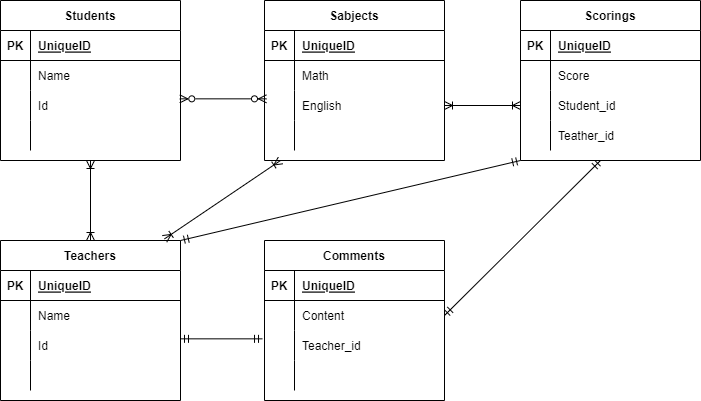
akihiroabe50/ER- keeps this draw.io diagram as DRAW.drawio.png. Above is the earlier version. Source tidied: cells renumbered, new cells last; positions are measured from the earlier drawing's top-left corner, leaving out a move shared by most shapes.
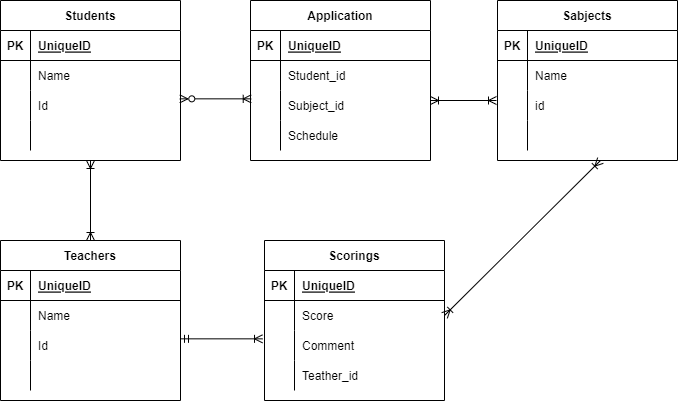
After the commit.

Diff of the diagram source:
```diff
@@ -42,7 +42,7 @@
       <mxGeometry x="30" width="150" height="30" as="geometry" />
     </mxCell>
     <mxCell id="15" value="Sabjects" style="shape=table;startSize=30;rowLines=0;fontStyle=1;align=center;" parent="1" vertex="1">
-      <mxGeometry x="264" width="180" height="160" as="geometry" />
+      <mxGeometry x="497" width="180" height="160" as="geometry" />
     </mxCell>
     <mxCell id="16" style="shape=partialRectangle;fillColor=none;top=0;left=0;bottom=1;right=0;" parent="15" vertex="1">
       <mxGeometry y="30" width="180" height="30" as="geometry" />
@@ -59,7 +59,7 @@
     <mxCell id="20" style="shape=partialRectangle;fillColor=none;top=0;left=0;bottom=0;right=0;overflow=hidden;" parent="19" vertex="1">
       <mxGeometry width="30" height="30" as="geometry" />
     </mxCell>
-    <mxCell id="21" value="Math" style="shape=partialRectangle;fillColor=none;top=0;left=0;bottom=0;right=0;align=left;spacingLeft=6;overflow=hidden;" parent="19" vertex="1">
+    <mxCell id="21" value="Name" style="shape=partialRectangle;fillColor=none;top=0;left=0;bottom=0;right=0;align=left;spacingLeft=6;overflow=hidden;" parent="19" vertex="1">
       <mxGeometry x="30" width="150" height="30" as="geometry" />
     </mxCell>
     <mxCell id="22" style="shape=partialRectangle;fillColor=none;top=0;left=0;bottom=0;right=0;points=[[0,0.5],[1,0.5]];portConstraint=eastwest;" parent="15" vertex="1">
@@ -68,7 +68,7 @@
     <mxCell id="23" style="shape=partialRectangle;fillColor=none;top=0;left=0;bottom=0;right=0;overflow=hidden;" parent="22" vertex="1">
       <mxGeometry width="30" height="30" as="geometry" />
     </mxCell>
-    <mxCell id="24" value="English" style="shape=partialRectangle;fillColor=none;top=0;left=0;bottom=0;right=0;align=left;spacingLeft=6;overflow=hidden;" parent="22" vertex="1">
+    <mxCell id="24" value="id" style="shape=partialRectangle;fillColor=none;top=0;left=0;bottom=0;right=0;align=left;spacingLeft=6;overflow=hidden;" parent="22" vertex="1">
       <mxGeometry x="30" width="150" height="30" as="geometry" />
     </mxCell>
     <mxCell id="25" style="shape=partialRectangle;fillColor=none;top=0;left=0;bottom=0;right=0;" parent="15" vertex="1">
@@ -119,47 +119,8 @@
     <mxCell id="40" style="shape=partialRectangle;fillColor=none;top=0;left=0;bottom=0;right=0;align=left;spacingLeft=6;overflow=hidden;" parent="38" vertex="1">
       <mxGeometry x="30" width="150" height="30" as="geometry" />
     </mxCell>
-    <mxCell id="41" value="Comments" style="shape=table;startSize=30;rowLines=0;fontStyle=1;align=center;" parent="1" vertex="1">
-      <mxGeometry x="264" y="240" width="180" height="160" as="geometry" />
-    </mxCell>
-    <mxCell id="42" style="shape=partialRectangle;fillColor=none;top=0;left=0;bottom=1;right=0;" parent="41" vertex="1">
-      <mxGeometry y="30" width="180" height="30" as="geometry" />
-    </mxCell>
-    <mxCell id="43" value="PK" style="shape=partialRectangle;fillColor=none;top=0;left=0;bottom=0;right=0;fontStyle=1;overflow=hidden;" parent="42" vertex="1">
-      <mxGeometry width="30" height="30" as="geometry" />
-    </mxCell>
-    <mxCell id="44" value="UniqueID" style="shape=partialRectangle;fillColor=none;top=0;left=0;bottom=0;right=0;align=left;spacingLeft=6;fontStyle=5;overflow=hidden;" parent="42" vertex="1">
-      <mxGeometry x="30" width="150" height="30" as="geometry" />
-    </mxCell>
-    <mxCell id="45" style="shape=partialRectangle;fillColor=none;top=0;left=0;bottom=0;right=0;points=[[0,0.5],[1,0.5]];portConstraint=eastwest;" parent="41" vertex="1">
-      <mxGeometry y="60" width="180" height="30" as="geometry" />
-    </mxCell>
-    <mxCell id="46" style="shape=partialRectangle;fillColor=none;top=0;left=0;bottom=0;right=0;overflow=hidden;" parent="45" vertex="1">
-      <mxGeometry width="30" height="30" as="geometry" />
-    </mxCell>
-    <mxCell id="47" value="Content" style="shape=partialRectangle;fillColor=none;top=0;left=0;bottom=0;right=0;align=left;spacingLeft=6;overflow=hidden;" parent="45" vertex="1">
-      <mxGeometry x="30" width="150" height="30" as="geometry" />
-    </mxCell>
-    <mxCell id="48" style="shape=partialRectangle;fillColor=none;top=0;left=0;bottom=0;right=0;points=[[0,0.5],[1,0.5]];portConstraint=eastwest;" parent="41" vertex="1">
-      <mxGeometry y="90" width="180" height="30" as="geometry" />
-    </mxCell>
-    <mxCell id="49" style="shape=partialRectangle;fillColor=none;top=0;left=0;bottom=0;right=0;overflow=hidden;" parent="48" vertex="1">
-      <mxGeometry width="30" height="30" as="geometry" />
-    </mxCell>
-    <mxCell id="50" value="Teacher_id" style="shape=partialRectangle;fillColor=none;top=0;left=0;bottom=0;right=0;align=left;spacingLeft=6;overflow=hidden;" parent="48" vertex="1">
-      <mxGeometry x="30" width="150" height="30" as="geometry" />
-    </mxCell>
-    <mxCell id="51" style="shape=partialRectangle;fillColor=none;top=0;left=0;bottom=0;right=0;" parent="41" vertex="1">
-      <mxGeometry y="120" width="180" height="30" as="geometry" />
-    </mxCell>
-    <mxCell id="52" style="shape=partialRectangle;fillColor=none;top=0;left=0;bottom=0;right=0;overflow=hidden;" parent="51" vertex="1">
-      <mxGeometry width="30" height="30" as="geometry" />
-    </mxCell>
-    <mxCell id="53" style="shape=partialRectangle;fillColor=none;top=0;left=0;bottom=0;right=0;align=left;spacingLeft=6;overflow=hidden;" parent="51" vertex="1">
-      <mxGeometry x="30" width="150" height="30" as="geometry" />
-    </mxCell>
     <mxCell id="54" value="Scorings" style="shape=table;startSize=30;rowLines=0;fontStyle=1;align=center;" parent="1" vertex="1">
-      <mxGeometry x="520" width="180" height="160" as="geometry" />
+      <mxGeometry x="264" y="240" width="180" height="160" as="geometry" />
     </mxCell>
     <mxCell id="55" style="shape=partialRectangle;fillColor=none;top=0;left=0;bottom=1;right=0;" parent="54" vertex="1">
       <mxGeometry y="30" width="180" height="30" as="geometry" />
@@ -185,7 +146,7 @@
     <mxCell id="62" style="shape=partialRectangle;fillColor=none;top=0;left=0;bottom=0;right=0;overflow=hidden;" parent="61" vertex="1">
       <mxGeometry width="30" height="30" as="geometry" />
     </mxCell>
-    <mxCell id="63" value="Student_id" style="shape=partialRectangle;fillColor=none;top=0;left=0;bottom=0;right=0;align=left;spacingLeft=6;overflow=hidden;" parent="61" vertex="1">
+    <mxCell id="63" value="Comment" style="shape=partialRectangle;fillColor=none;top=0;left=0;bottom=0;right=0;align=left;spacingLeft=6;overflow=hidden;" parent="61" vertex="1">
       <mxGeometry x="30" width="150" height="30" as="geometry" />
     </mxCell>
     <mxCell id="64" style="shape=partialRectangle;fillColor=none;top=0;left=0;bottom=0;right=0;" parent="54" vertex="1">
@@ -197,30 +158,67 @@
     <mxCell id="66" value="Teather_id" style="shape=partialRectangle;fillColor=none;top=0;left=0;bottom=0;right=0;align=left;spacingLeft=6;overflow=hidden;" parent="64" vertex="1">
       <mxGeometry x="30" width="150" height="30" as="geometry" />
     </mxCell>
-    <mxCell id="67" style="endArrow=ERzeroToMany;html=1;exitX=0.996;exitY=0.278;exitDx=0;exitDy=0;exitPerimeter=0;startArrow=ERzeroToMany;startFill=0;endFill=0;entryX=0.011;entryY=0.278;entryDx=0;entryDy=0;entryPerimeter=0;" parent="1" edge="1" source="9" target="22">
+    <mxCell id="67" style="endArrow=ERoneToMany;html=1;exitX=0.996;exitY=0.278;exitDx=0;exitDy=0;exitPerimeter=0;startArrow=ERzeroToMany;startFill=0;endFill=0;entryX=0.004;entryY=0.278;entryDx=0;entryDy=0;entryPerimeter=0;" parent="1" edge="1" source="9" target="48">
       <mxGeometry relative="1" as="geometry" />
     </mxCell>
-    <mxCell id="68" style="endArrow=ERmandOne;html=1;exitX=1;exitY=0.278;exitDx=0;exitDy=0;exitPerimeter=0;entryX=-0.011;entryY=0.278;entryDx=0;entryDy=0;entryPerimeter=0;endFill=0;startArrow=ERmandOne;startFill=0;" parent="1" edge="1" source="35" target="48">
-      <mxGeometry relative="1" as="geometry" />
+    <mxCell id="68" style="endArrow=ERoneToMany;html=1;exitX=1;exitY=0.278;exitDx=0;exitDy=0;exitPerimeter=0;entryX=-0.011;entryY=0.278;entryDx=0;entryDy=0;entryPerimeter=0;endFill=0;startArrow=ERmandOne;startFill=0;" parent="1" edge="1" source="35">
+      <mxGeometry relative="1" as="geometry">
+        <mxPoint x="262" y="338.3" as="targetPoint" />
+      </mxGeometry>
     </mxCell>
-    <mxCell id="69" style="endArrow=ERmandOne;html=1;exitX=1;exitY=0;exitDx=0;exitDy=0;entryX=0;entryY=1;entryDx=0;entryDy=0;endFill=0;startArrow=ERmandOne;startFill=0;" parent="1" edge="1" source="28" target="54">
-      <mxGeometry relative="1" as="geometry" />
-    </mxCell>
-    <mxCell id="70" style="endArrow=ERoneToMany;html=1;exitX=0.911;exitY=-0.01;exitDx=0;exitDy=0;exitPerimeter=0;endFill=0;startArrow=ERoneToMany;startFill=0;" parent="1" edge="1" source="28">
+    <mxCell id="70" style="endArrow=ERoneToMany;html=1;endFill=0;startArrow=ERoneToMany;startFill=0;" parent="1" edge="1">
       <mxGeometry relative="1" as="geometry">
-        <mxPoint x="280" y="160" as="targetPoint" />
+        <mxPoint x="430" y="100" as="sourcePoint" />
+        <mxPoint x="496" y="100" as="targetPoint" />
       </mxGeometry>
     </mxCell>
-    <mxCell id="71" style="endArrow=ERmandOne;html=1;exitX=1;exitY=0.5;exitDx=0;exitDy=0;endFill=0;startArrow=ERmandOne;startFill=0;" parent="1" edge="1" source="45">
+    <mxCell id="71" style="endArrow=ERoneToMany;html=1;exitX=1;exitY=0.5;exitDx=0;exitDy=0;endFill=0;startArrow=ERoneToMany;startFill=0;" parent="1" edge="1">
       <mxGeometry relative="1" as="geometry">
+        <mxPoint x="444" y="315" as="sourcePoint" />
         <mxPoint x="600" y="160" as="targetPoint" />
       </mxGeometry>
     </mxCell>
-    <mxCell id="72" style="endArrow=ERoneToMany;html=1;entryX=0;entryY=0.5;entryDx=0;entryDy=0;exitX=1;exitY=0.5;exitDx=0;exitDy=0;endFill=0;startArrow=ERoneToMany;startFill=0;" parent="1" edge="1" source="22" target="61">
-      <mxGeometry relative="1" as="geometry" />
-    </mxCell>
     <mxCell id="73" style="endArrow=ERoneToMany;html=1;entryX=0.5;entryY=1;entryDx=0;entryDy=0;exitX=0.5;exitY=0;exitDx=0;exitDy=0;endFill=0;startArrow=ERoneToMany;startFill=0;" parent="1" edge="1" source="28" target="2">
       <mxGeometry relative="1" as="geometry" />
     </mxCell>
+    <mxCell id="74" value="Application" style="shape=table;startSize=30;rowLines=0;fontStyle=1;align=center;" parent="1" vertex="1">
+      <mxGeometry x="250" width="180" height="160" as="geometry" />
+    </mxCell>
+    <mxCell id="42" style="shape=partialRectangle;fillColor=none;top=0;left=0;bottom=1;right=0;" parent="74" vertex="1">
+      <mxGeometry y="30" width="180" height="30" as="geometry" />
+    </mxCell>
+    <mxCell id="43" value="PK" style="shape=partialRectangle;fillColor=none;top=0;left=0;bottom=0;right=0;fontStyle=1;overflow=hidden;" parent="42" vertex="1">
+      <mxGeometry width="30" height="30" as="geometry" />
+    </mxCell>
+    <mxCell id="44" value="UniqueID" style="shape=partialRectangle;fillColor=none;top=0;left=0;bottom=0;right=0;align=left;spacingLeft=6;fontStyle=5;overflow=hidden;" parent="42" vertex="1">
+      <mxGeometry x="30" width="150" height="30" as="geometry" />
+    </mxCell>
+    <mxCell id="45" style="shape=partialRectangle;fillColor=none;top=0;left=0;bottom=0;right=0;points=[[0,0.5],[1,0.5]];portConstraint=eastwest;" parent="74" vertex="1">
+      <mxGeometry y="60" width="180" height="30" as="geometry" />
+    </mxCell>
+    <mxCell id="75" style="shape=partialRectangle;fillColor=none;top=0;left=0;bottom=0;right=0;overflow=hidden;" parent="45" vertex="1">
+      <mxGeometry width="30" height="30" as="geometry" />
+    </mxCell>
+    <mxCell id="76" value="Student_id" style="shape=partialRectangle;fillColor=none;top=0;left=0;bottom=0;right=0;align=left;spacingLeft=6;overflow=hidden;" parent="45" vertex="1">
+      <mxGeometry x="30" width="150" height="30" as="geometry" />
+    </mxCell>
+    <mxCell id="48" style="shape=partialRectangle;fillColor=none;top=0;left=0;bottom=0;right=0;points=[[0,0.5],[1,0.5]];portConstraint=eastwest;" parent="74" vertex="1">
+      <mxGeometry y="90" width="180" height="30" as="geometry" />
+    </mxCell>
+    <mxCell id="77" style="shape=partialRectangle;fillColor=none;top=0;left=0;bottom=0;right=0;overflow=hidden;" parent="48" vertex="1">
+      <mxGeometry width="30" height="30" as="geometry" />
+    </mxCell>
+    <mxCell id="78" value="Subject_id" style="shape=partialRectangle;fillColor=none;top=0;left=0;bottom=0;right=0;align=left;spacingLeft=6;overflow=hidden;" parent="48" vertex="1">
+      <mxGeometry x="30" width="150" height="30" as="geometry" />
+    </mxCell>
+    <mxCell id="51" style="shape=partialRectangle;fillColor=none;top=0;left=0;bottom=0;right=0;" parent="74" vertex="1">
+      <mxGeometry y="120" width="180" height="30" as="geometry" />
+    </mxCell>
+    <mxCell id="79" style="shape=partialRectangle;fillColor=none;top=0;left=0;bottom=0;right=0;overflow=hidden;" parent="51" vertex="1">
+      <mxGeometry width="30" height="30" as="geometry" />
+    </mxCell>
+    <mxCell id="80" value="Schedule" style="shape=partialRectangle;fillColor=none;top=0;left=0;bottom=0;right=0;align=left;spacingLeft=6;overflow=hidden;" parent="51" vertex="1">
+      <mxGeometry x="30" width="150" height="30" as="geometry" />
+    </mxCell>
   </root>
 </mxGraphModel>
```
